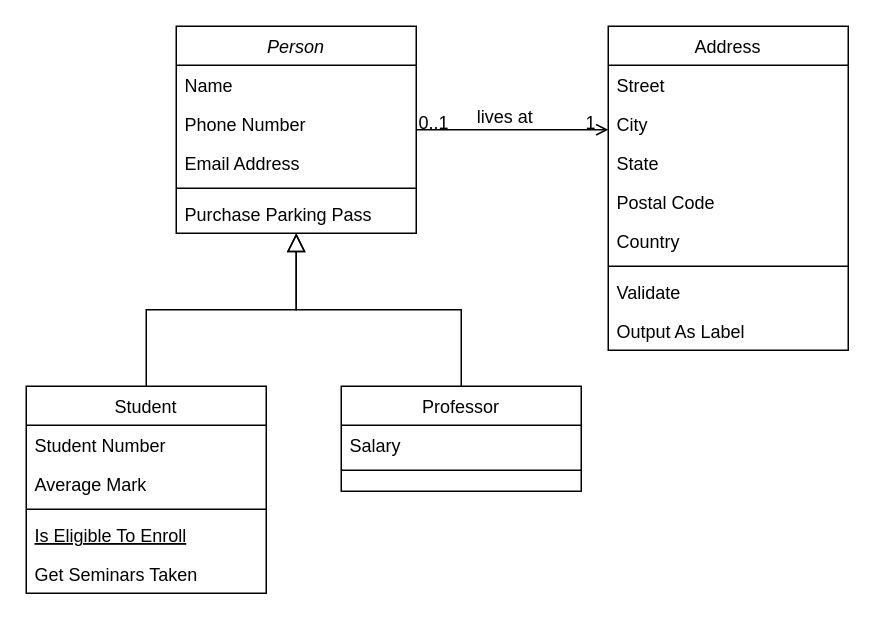
damitzpinheiro/Pinheiro_Sibuya_GestorFinanceiro keeps this draw.io diagram as Diagrama_de_Classe_e_Relacionamentos.drawio. Above is the earlier version. Source tidied: cells renumbered, new cells numbered last; positions are measured from the earlier drawing's top-left corner, leaving out a move shared by most shapes. Both pictures are drawn from the tidied source at 150%, with x=0, y=0 at pixel (26, 26).
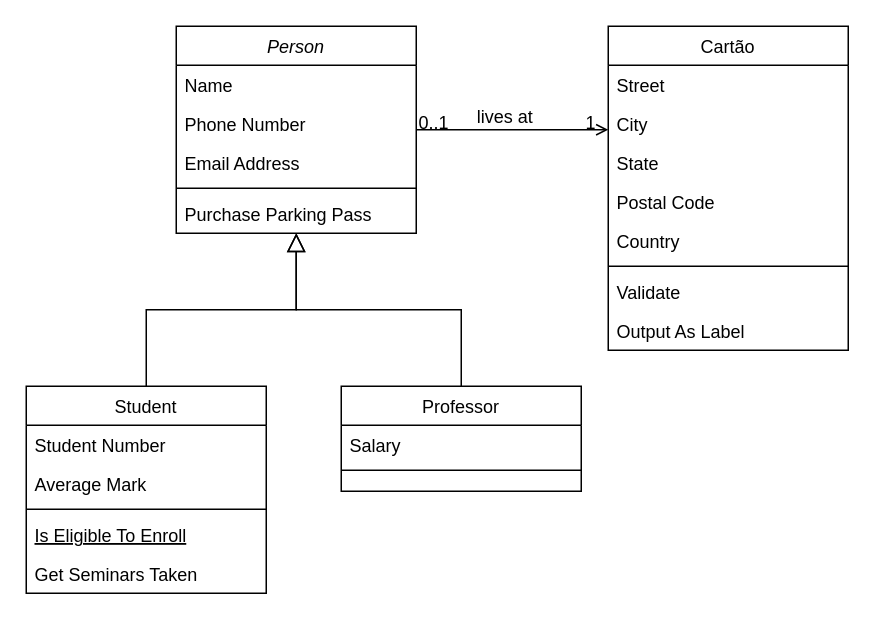
The same page after the edit.

What changed in the source:
```diff
@@
-    <mxCell id="19" value="Address" style="swimlane;fontStyle=0;align=center;verticalAlign=top;horizontal=1;startSize=26;rounded=0;shadow=0;strokeWidth=1;" parent="1" vertex="1">
+    <mxCell id="19" value="Cartão" style="swimlane;fontStyle=0;align=center;verticalAlign=top;horizontal=1;startSize=26;rounded=0;shadow=0;strokeWidth=1;" parent="1" vertex="1">
       <mxGeometry x="388" width="160" height="216" as="geometry" />
     </mxCell>
```
